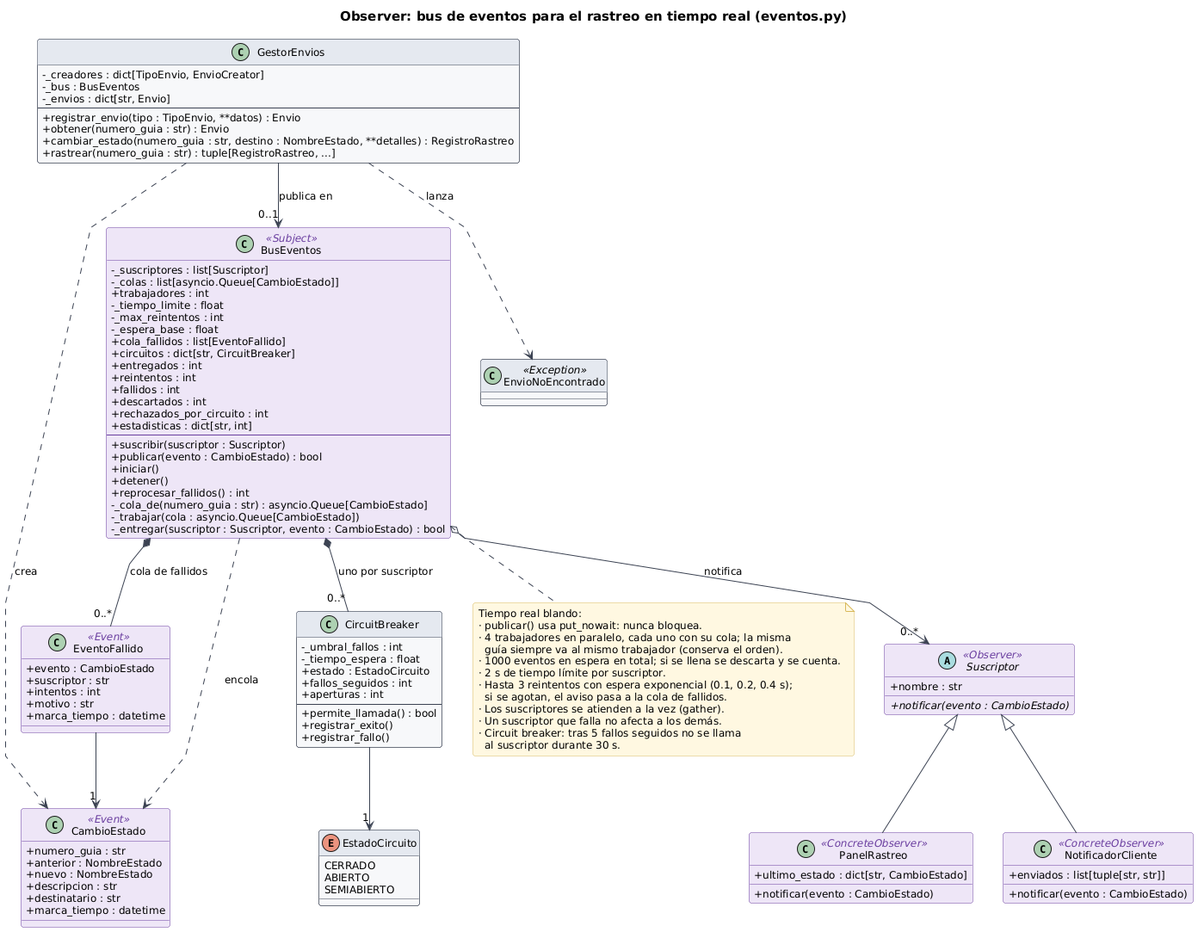
TiarethE/zyntra keeps this PlantUML diagram as docs/uml/img/observer.png. Above is the earlier version.
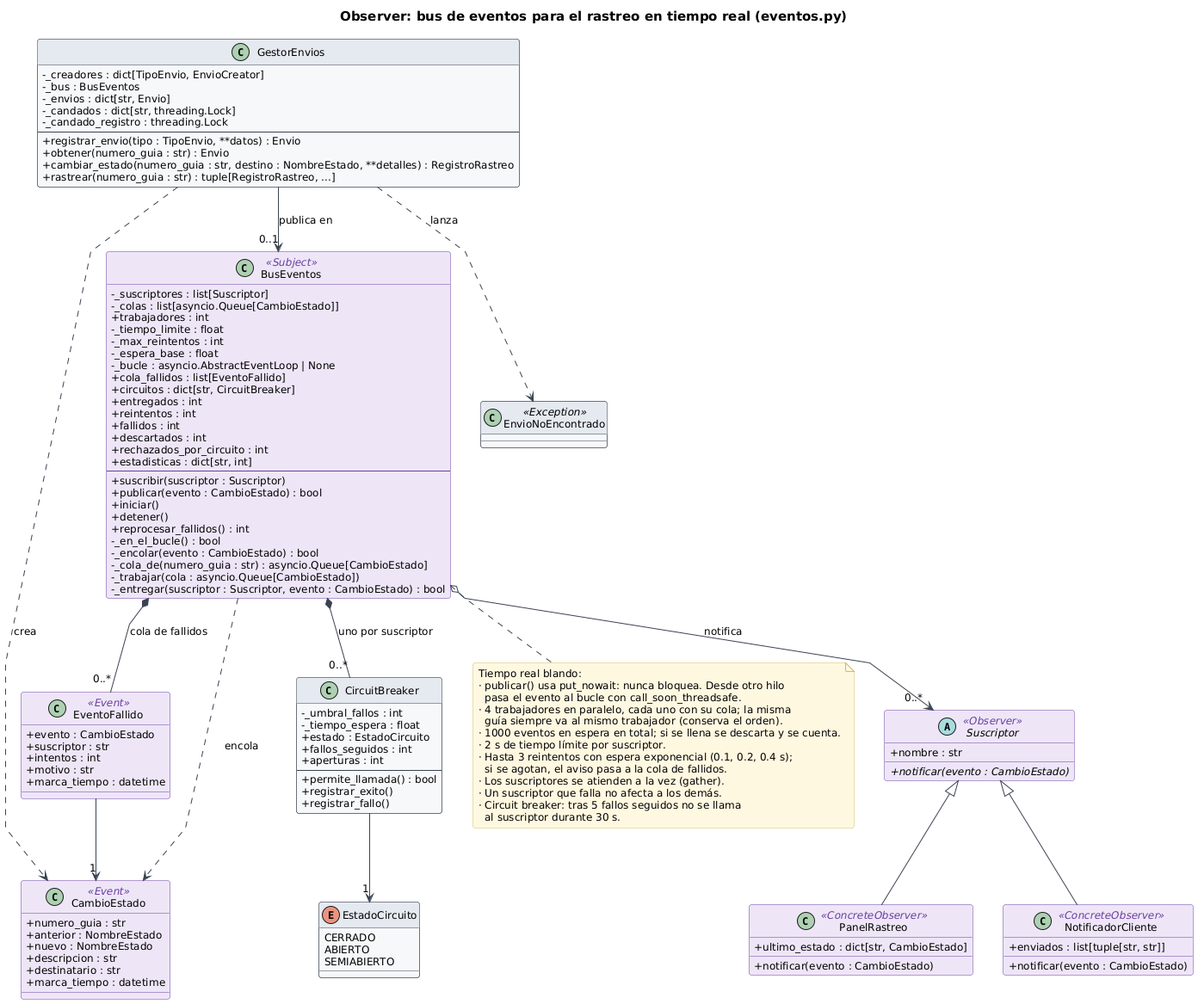
Later version of the same file.

Change to the diagram source:
```diff
@@ -10,6 +10,7 @@
   -_tiempo_limite : float
   -_max_reintentos : int
   -_espera_base : float
+  -_bucle : asyncio.AbstractEventLoop | None
   +cola_fallidos : list[EventoFallido]
   +circuitos : dict[str, CircuitBreaker]
   +entregados : int
@@ -24,6 +25,8 @@
   +iniciar()
   +detener()
   +reprocesar_fallidos() : int
+  -_en_el_bucle() : bool
+  -_encolar(evento : CambioEstado) : bool
   -_cola_de(numero_guia : str) : asyncio.Queue[CambioEstado]
   -_trabajar(cola : asyncio.Queue[CambioEstado])
   -_entregar(suscriptor : Suscriptor, evento : CambioEstado) : bool
@@ -75,6 +78,8 @@
   -_creadores : dict[TipoEnvio, EnvioCreator]
   -_bus : BusEventos
   -_envios : dict[str, Envio]
+  -_candados : dict[str, threading.Lock]
+  -_candado_registro : threading.Lock
   --
   +registrar_envio(tipo : TipoEnvio, **datos) : Envio
   +obtener(numero_guia : str) : Envio
@@ -97,7 +102,8 @@
 
 note bottom of BusEventos
   Tiempo real blando:
-  · publicar() usa put_nowait: nunca bloquea.
+  · publicar() usa put_nowait: nunca bloquea. Desde otro hilo
+    pasa el evento al bucle con call_soon_threadsafe.
   · 4 trabajadores en paralelo, cada uno con su cola; la misma
     guía siempre va al mismo trabajador (conserva el orden).
   · 1000 eventos en espera en total; si se llena se descarta y se cuenta.
```
